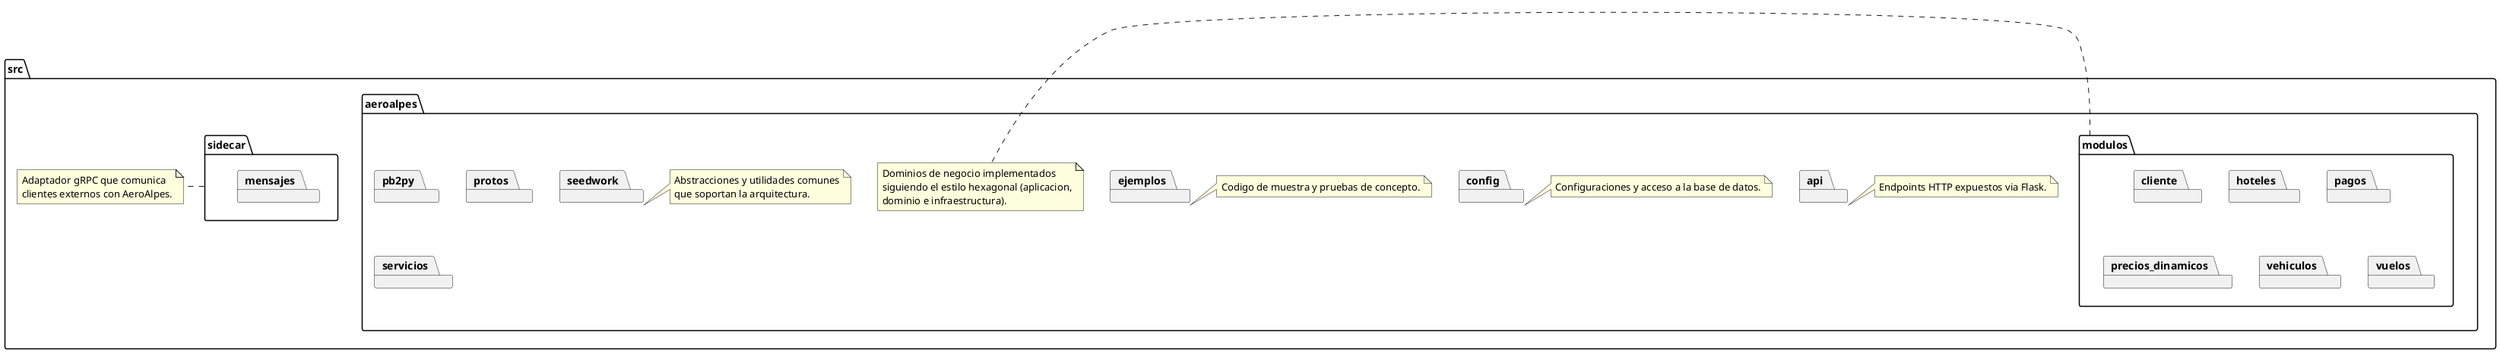
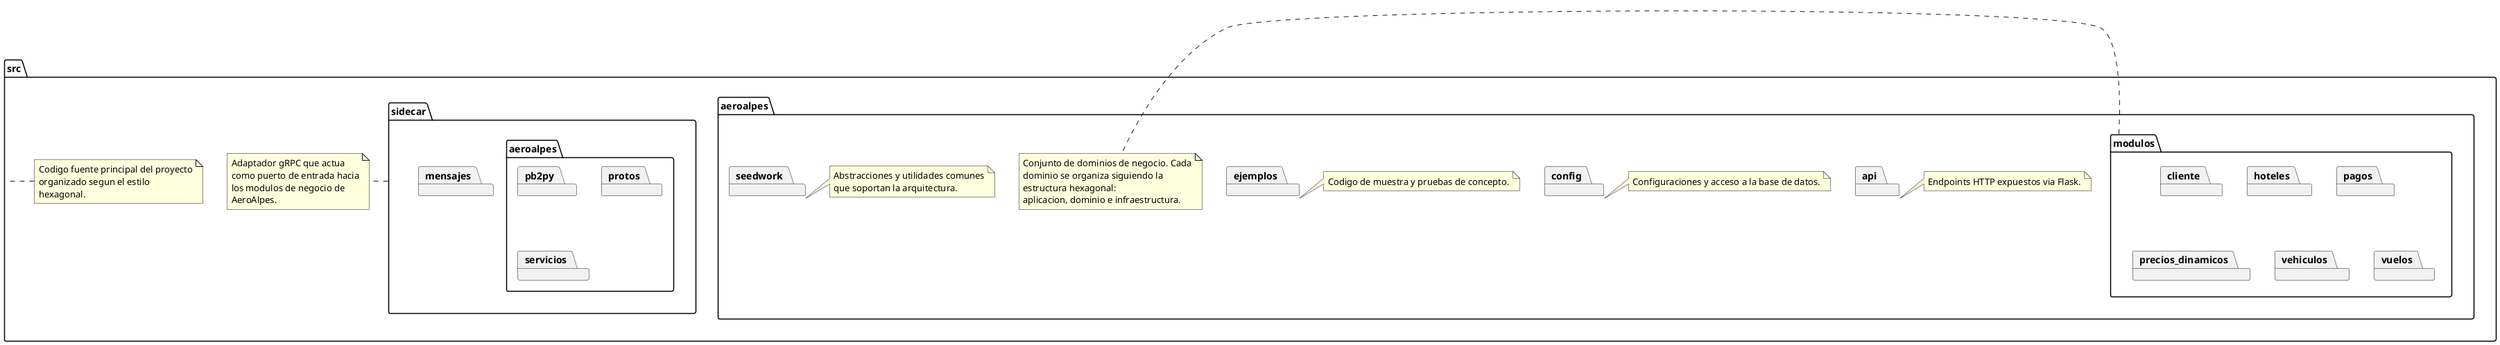
@startuml
- ' Vista de paquetes basada en arquitectura hexagonal
+ ' Vista de paquetes basada en arquitectura hexagonal.
+ ' Este diagrama refleja el scaffolding inicial del proyecto
+ ' siguiendo el enfoque hexagonal.

- package "src" {
+ package "src" as src_pkg {
    package "aeroalpes" {
        package "api" as api
        note right of api
            Endpoints HTTP expuestos via Flask.
        end note

        package "config" as config
        note right of config
            Configuraciones y acceso a la base de datos.
        end note

        package "ejemplos" as ejemplos
        note right of ejemplos
            Codigo de muestra y pruebas de concepto.
        end note

        package "modulos" as modulos {
            package "cliente"
            package "hoteles"
            package "pagos"
            package "precios_dinamicos"
            package "vehiculos"
            package "vuelos" as vuelos
        }
        note right of modulos
-             Dominios de negocio implementados
-             siguiendo el estilo hexagonal (aplicacion,
-             dominio e infraestructura).
+             Conjunto de dominios de negocio. Cada
+             dominio se organiza siguiendo la
+             estructura hexagonal:
+             aplicacion, dominio e infraestructura.
        end note

        package "seedwork" as seedwork
        note right of seedwork
            Abstracciones y utilidades comunes
            que soportan la arquitectura.
        end note
    }

    package "sidecar" as sidecar_pkg {
-         package "aeroalpes" {
+         package "aeroalpes" as sidecar_aeroalpes {
            package "pb2py"
            package "protos"
            package "servicios"
        }
        package "mensajes"
    }
    note right of sidecar_pkg
-         Adaptador gRPC que comunica
-         clientes externos con AeroAlpes.
+         Adaptador gRPC que actua
+         como puerto de entrada hacia
+         los modulos de negocio de
+         AeroAlpes.
+     end note
+     note left of src_pkg
+         Codigo fuente principal del proyecto
+         organizado segun el estilo
+         hexagonal.
    end note
}
@enduml
